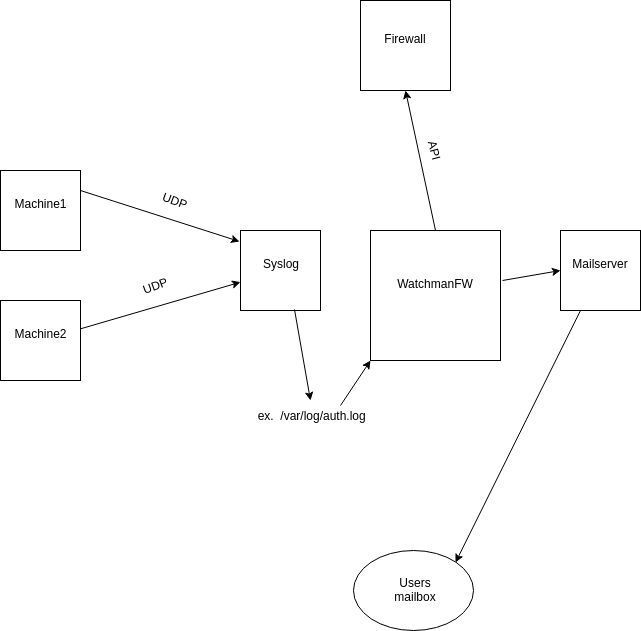
Before: watchmanFW.png, a diagram exported from draw.io (mrchomik892/WatchmanFW). Source tidied: cells renumbered, new cells last; positions are measured from the earlier drawing's top-left corner, leaving out a move shared by most shapes. Its diagram source:
```xml
<mxGraphModel>
  <root>
    <mxCell id="0" />
    <mxCell id="1" parent="0" />
    <mxCell id="2" style="whiteSpace=wrap;html=1;" parent="1" vertex="1">
      <mxGeometry x="560" y="230" width="80" height="80" as="geometry" />
    </mxCell>
    <mxCell id="3" style="whiteSpace=wrap;html=1;" parent="1" vertex="1">
      <mxGeometry y="170" width="80" height="80" as="geometry" />
    </mxCell>
    <mxCell id="4" style="whiteSpace=wrap;html=1;" parent="1" vertex="1">
      <mxGeometry y="300" width="80" height="80" as="geometry" />
    </mxCell>
    <mxCell id="5" style="whiteSpace=wrap;html=1;" parent="1" vertex="1">
      <mxGeometry x="240" y="230" width="80" height="80" as="geometry" />
    </mxCell>
    <mxCell id="6" value="Syslog&lt;br&gt;&lt;br&gt;" style="text;html=1;strokeColor=none;fillColor=none;align=center;verticalAlign=middle;whiteSpace=wrap;rounded=0;" parent="1" vertex="1">
      <mxGeometry x="260" y="260" width="40" height="20" as="geometry" />
    </mxCell>
    <mxCell id="7" value="Mailserver&lt;br&gt;&lt;br&gt;" style="text;html=1;strokeColor=none;fillColor=none;align=center;verticalAlign=middle;whiteSpace=wrap;rounded=0;" parent="1" vertex="1">
      <mxGeometry x="565" y="260" width="70" height="20" as="geometry" />
    </mxCell>
    <mxCell id="8" value="Machine1&lt;br&gt;&lt;br&gt;" style="text;html=1;strokeColor=none;fillColor=none;align=center;verticalAlign=middle;whiteSpace=wrap;rounded=0;" parent="1" vertex="1">
      <mxGeometry x="20" y="200" width="40" height="20" as="geometry" />
    </mxCell>
    <mxCell id="9" value="Machine2&lt;br&gt;&lt;br&gt;" style="text;html=1;strokeColor=none;fillColor=none;align=center;verticalAlign=middle;whiteSpace=wrap;rounded=0;" parent="1" vertex="1">
      <mxGeometry x="20" y="330" width="40" height="20" as="geometry" />
    </mxCell>
    <mxCell id="10" style="whiteSpace=wrap;html=1;" parent="1" vertex="1">
      <mxGeometry x="370" y="230" width="130" height="130" as="geometry" />
    </mxCell>
    <mxCell id="11" value="WatchmanFW&lt;br&gt;&lt;br&gt;" style="text;html=1;strokeColor=none;fillColor=none;align=center;verticalAlign=middle;whiteSpace=wrap;rounded=0;" parent="1" vertex="1">
      <mxGeometry x="380" y="280" width="110" height="20" as="geometry" />
    </mxCell>
    <mxCell id="12" value="UDP" style="text;html=1;strokeColor=none;fillColor=none;align=center;verticalAlign=middle;whiteSpace=wrap;rounded=0;rotation=20;" parent="1" vertex="1">
      <mxGeometry x="150" y="185" width="50" height="30" as="geometry" />
    </mxCell>
    <mxCell id="13" style="endArrow=classic;html=1;entryX=-0.012;entryY=0.138;entryDx=0;entryDy=0;entryPerimeter=0;exitX=1;exitY=0.25;exitDx=0;exitDy=0;" parent="1" edge="1" source="3" target="5">
      <mxGeometry relative="1" as="geometry" />
    </mxCell>
    <mxCell id="14" style="endArrow=classic;html=1;" parent="1" edge="1" source="4" target="5">
      <mxGeometry relative="1" as="geometry" />
    </mxCell>
    <mxCell id="15" value="&amp;nbsp;ex.&amp;nbsp; /var/log/auth.log" style="text;html=1;strokeColor=none;fillColor=none;align=center;verticalAlign=middle;whiteSpace=wrap;rounded=0;" parent="1" vertex="1">
      <mxGeometry x="250" y="405" width="120" height="20" as="geometry" />
    </mxCell>
    <mxCell id="16" style="endArrow=classic;html=1;exitX=0.675;exitY=0.988;exitDx=0;exitDy=0;exitPerimeter=0;" parent="1" edge="1" source="5">
      <mxGeometry relative="1" as="geometry">
        <mxPoint x="310" y="400" as="targetPoint" />
      </mxGeometry>
    </mxCell>
    <mxCell id="17" style="endArrow=classic;html=1;entryX=0;entryY=1;entryDx=0;entryDy=0;exitX=0.75;exitY=0;exitDx=0;exitDy=0;entryPerimeter=0;" parent="1" edge="1" source="15" target="10">
      <mxGeometry relative="1" as="geometry" />
    </mxCell>
    <mxCell id="18" style="endArrow=classic;html=1;entryX=0;entryY=0.5;entryDx=0;entryDy=0;exitX=1.015;exitY=0.385;exitDx=0;exitDy=0;exitPerimeter=0;" parent="1" edge="1" source="10" target="2">
      <mxGeometry relative="1" as="geometry" />
    </mxCell>
    <mxCell id="19" style="ellipse;whiteSpace=wrap;html=1;" parent="1" vertex="1">
      <mxGeometry x="353" y="550" width="120" height="80" as="geometry" />
    </mxCell>
    <mxCell id="20" value="Users mailbox" style="text;html=1;strokeColor=none;fillColor=none;align=center;verticalAlign=middle;whiteSpace=wrap;rounded=0;" parent="1" vertex="1">
      <mxGeometry x="380" y="564" width="70" height="50" as="geometry" />
    </mxCell>
    <mxCell id="21" style="endArrow=classic;html=1;entryX=1;entryY=0;entryDx=0;entryDy=0;exitX=0.25;exitY=1;exitDx=0;exitDy=0;" parent="1" edge="1" source="2" target="19">
      <mxGeometry relative="1" as="geometry" />
    </mxCell>
    <mxCell id="22" value="UDP" style="text;html=1;strokeColor=none;fillColor=none;align=center;verticalAlign=middle;whiteSpace=wrap;rounded=0;rotation=-20;" parent="1" vertex="1">
      <mxGeometry x="135" y="275" width="40" height="20" as="geometry" />
    </mxCell>
    <mxCell id="23" style="whiteSpace=wrap;html=1;" parent="1" vertex="1">
      <mxGeometry x="360" width="90" height="90" as="geometry" />
    </mxCell>
    <mxCell id="24" value="Firewall&lt;br&gt;&lt;br&gt;" style="text;html=1;strokeColor=none;fillColor=none;align=center;verticalAlign=middle;whiteSpace=wrap;rounded=0;" parent="1" vertex="1">
      <mxGeometry x="385" y="35" width="40" height="20" as="geometry" />
    </mxCell>
    <mxCell id="25" style="endArrow=classic;html=1;entryX=0.5;entryY=1;entryDx=0;entryDy=0;exitX=0.5;exitY=0;exitDx=0;exitDy=0;" parent="1" edge="1" source="10" target="23">
      <mxGeometry relative="1" as="geometry" />
    </mxCell>
    <mxCell id="26" value="API" style="text;html=1;strokeColor=none;fillColor=none;align=center;verticalAlign=middle;whiteSpace=wrap;rounded=0;rotation=75;" parent="1" vertex="1">
      <mxGeometry x="415" y="140" width="40" height="20" as="geometry" />
    </mxCell>
  </root>
</mxGraphModel>
```
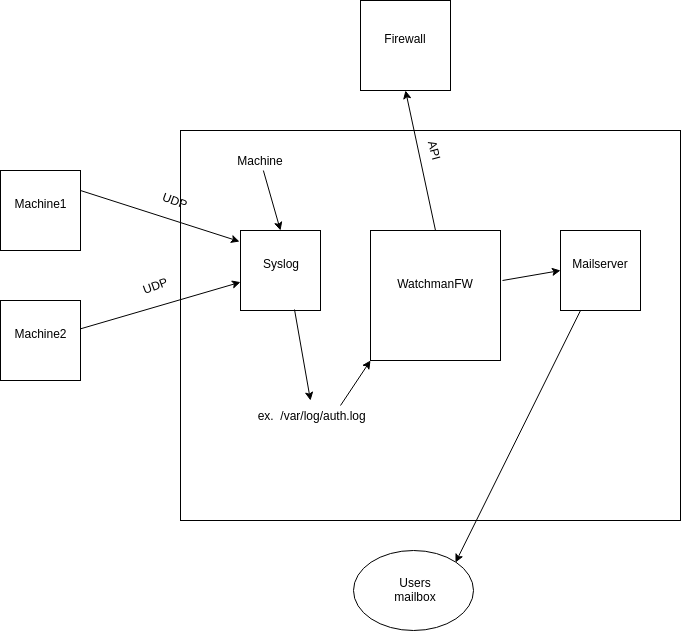
After the commit.

What changed in the source:
```diff
@@ -2,6 +2,9 @@
   <root>
     <mxCell id="0" />
     <mxCell id="1" parent="0" />
+    <mxCell id="27" style="rounded=0;whiteSpace=wrap;html=1;" parent="1" vertex="1">
+      <mxGeometry x="180" y="130" width="500" height="390" as="geometry" />
+    </mxCell>
     <mxCell id="2" style="whiteSpace=wrap;html=1;" parent="1" vertex="1">
       <mxGeometry x="560" y="230" width="80" height="80" as="geometry" />
     </mxCell>
@@ -79,5 +82,11 @@
     <mxCell id="26" value="API" style="text;html=1;strokeColor=none;fillColor=none;align=center;verticalAlign=middle;whiteSpace=wrap;rounded=0;rotation=75;" parent="1" vertex="1">
       <mxGeometry x="415" y="140" width="40" height="20" as="geometry" />
     </mxCell>
+    <mxCell id="28" value="Machine" style="text;html=1;strokeColor=none;fillColor=none;align=center;verticalAlign=middle;whiteSpace=wrap;rounded=0;" parent="1" vertex="1">
+      <mxGeometry x="210" y="150" width="100" height="20" as="geometry" />
+    </mxCell>
+    <mxCell id="29" style="endArrow=classic;html=1;entryX=0.5;entryY=0;entryDx=0;entryDy=0;" parent="1" edge="1" source="28" target="5">
+      <mxGeometry relative="1" as="geometry" />
+    </mxCell>
   </root>
 </mxGraphModel>
```
